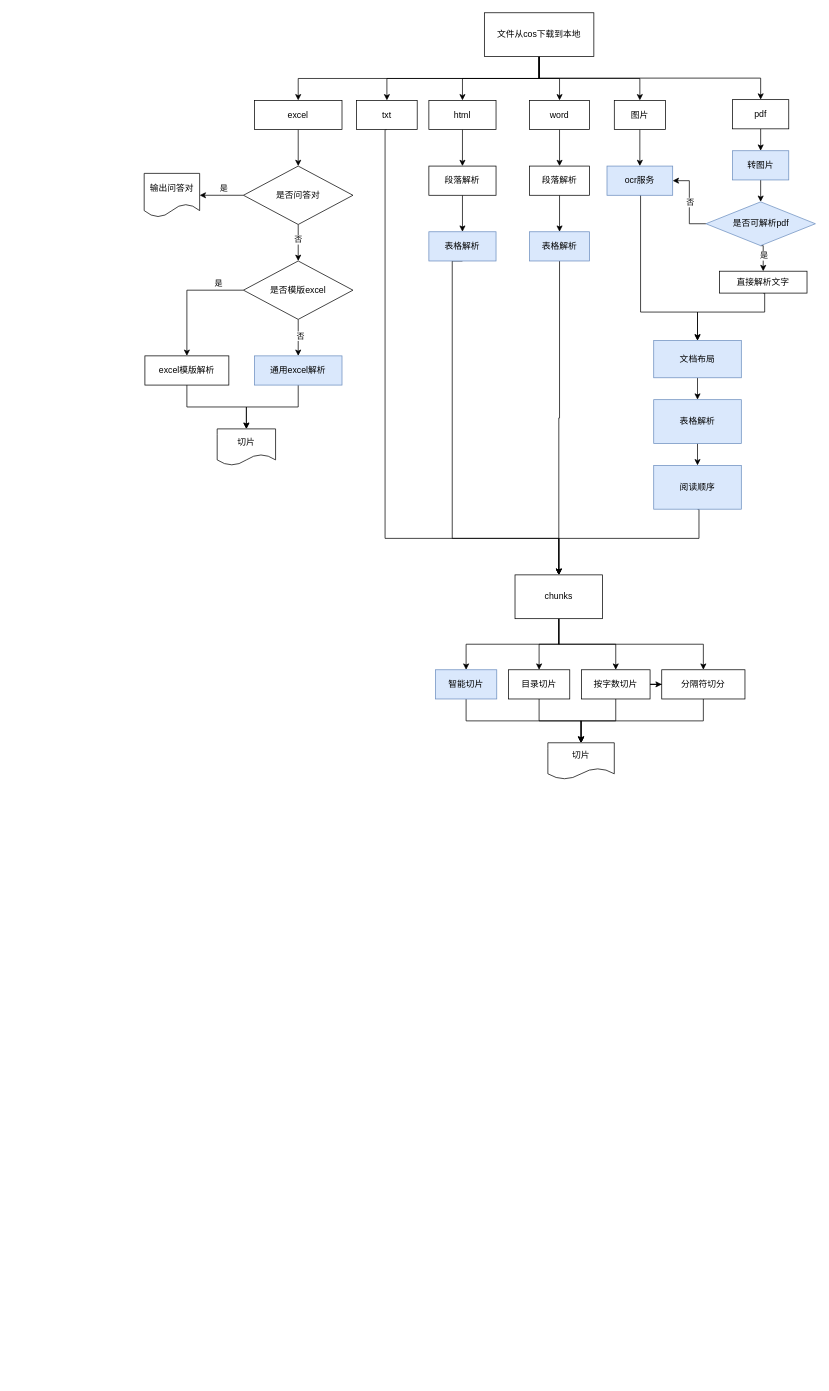
Above: 知识库二期文档处理切片流程.drawio in archwolf118/AI (draw.io), before the change. Source tidied: cells renumbered, new cells numbered last; positions are measured from the earlier drawing's top-left corner, leaving out a move shared by most shapes. Both pictures are drawn from the tidied source at 73%, with x=0, y=0 at pixel (144, 12).
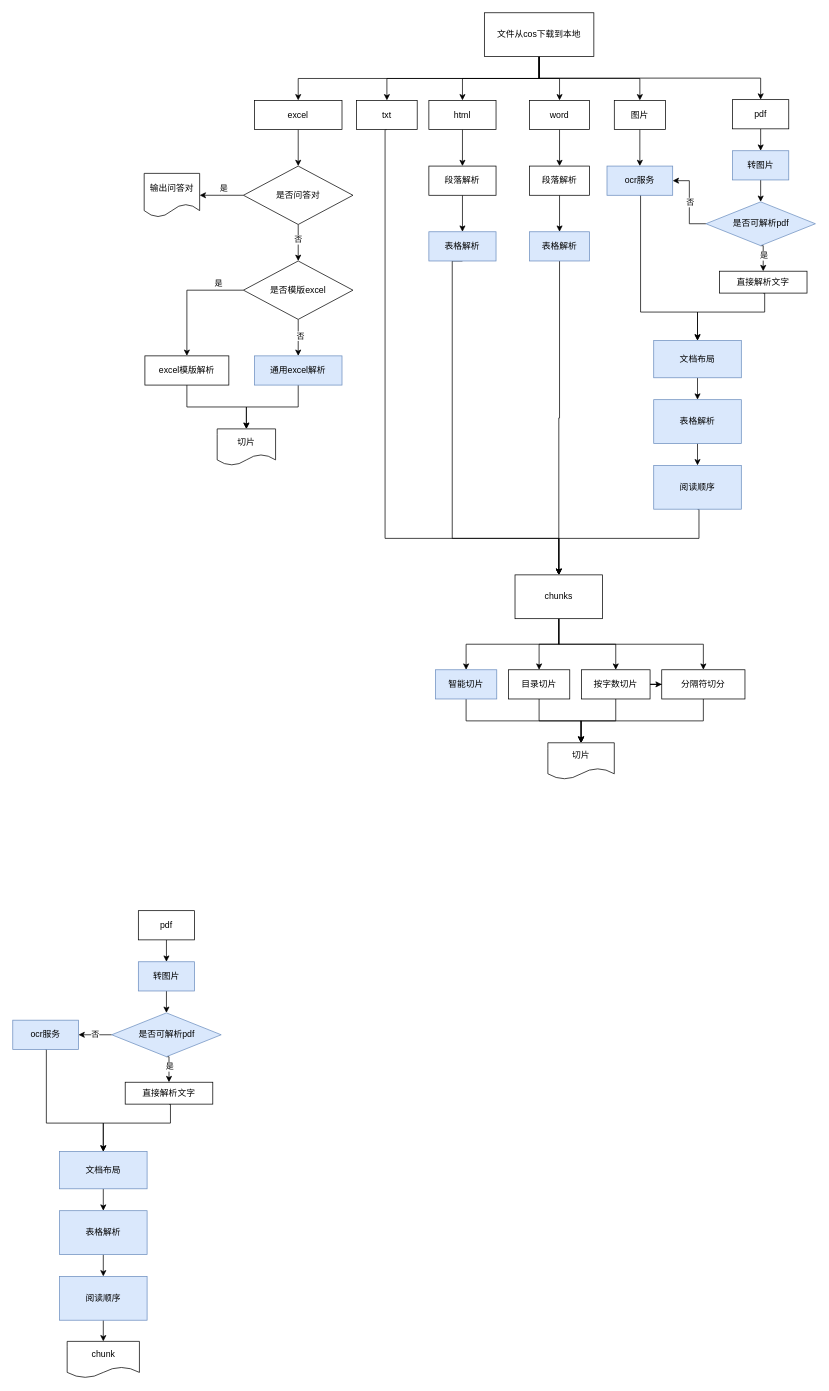
Above is the later version.

Commit message:
Update 知识库二期文档处理切片流程.drawio

What changed in the source:
```diff
@@
+    <mxCell id="77" style="edgeStyle=orthogonalEdgeStyle;rounded=0;jettySize=auto;html=1;exitX=0.5;exitY=1;exitDx=0;exitDy=0;entryX=0.5;entryY=0;entryDx=0;entryDy=0;" parent="1" edge="1" source="78" target="80">
+      <mxGeometry relative="1" as="geometry" />
+    </mxCell>
+    <mxCell id="78" value="pdf" style="rounded=0;whiteSpace=wrap;html=1;" parent="1" vertex="1">
+      <mxGeometry x="-8" y="1230" width="77" height="40" as="geometry" />
+    </mxCell>
+    <mxCell id="79" style="edgeStyle=orthogonalEdgeStyle;rounded=0;jettySize=auto;html=1;exitX=0.5;exitY=1;exitDx=0;exitDy=0;entryX=0.5;entryY=0;entryDx=0;entryDy=0;" parent="1" edge="1" source="80" target="93">
+      <mxGeometry relative="1" as="geometry" />
+    </mxCell>
+    <mxCell id="80" value="转图片" style="rounded=0;whiteSpace=wrap;html=1;fillColor=#dae8fc;strokeColor=#6c8ebf;" parent="1" vertex="1">
+      <mxGeometry x="-8" y="1300" width="77" height="40" as="geometry" />
+    </mxCell>
+    <mxCell id="81" style="edgeStyle=orthogonalEdgeStyle;rounded=0;jettySize=auto;html=1;exitX=0.5;exitY=1;exitDx=0;exitDy=0;entryX=0.5;entryY=0;entryDx=0;entryDy=0;" parent="1" edge="1" source="82" target="84">
+      <mxGeometry relative="1" as="geometry" />
+    </mxCell>
+    <mxCell id="82" value="文档布局" style="rounded=0;whiteSpace=wrap;html=1;fillColor=#dae8fc;strokeColor=#6c8ebf;" parent="1" vertex="1">
+      <mxGeometry x="-116" y="1560" width="120" height="51" as="geometry" />
+    </mxCell>
+    <mxCell id="83" style="edgeStyle=orthogonalEdgeStyle;rounded=0;jettySize=auto;html=1;exitX=0.5;exitY=1;exitDx=0;exitDy=0;entryX=0.5;entryY=0;entryDx=0;entryDy=0;" parent="1" edge="1" source="84" target="86">
+      <mxGeometry relative="1" as="geometry" />
+    </mxCell>
+    <mxCell id="84" value="表格解析" style="rounded=0;whiteSpace=wrap;html=1;fillColor=#dae8fc;strokeColor=#6c8ebf;" parent="1" vertex="1">
+      <mxGeometry x="-116" y="1641" width="120" height="60" as="geometry" />
+    </mxCell>
+    <mxCell id="85" style="edgeStyle=orthogonalEdgeStyle;rounded=0;jettySize=auto;html=1;exitX=0.5;exitY=1;exitDx=0;exitDy=0;" parent="1" edge="1" source="86">
+      <mxGeometry relative="1" as="geometry">
+        <mxPoint x="-56" y="1820" as="targetPoint" />
+      </mxGeometry>
+    </mxCell>
+    <mxCell id="86" value="阅读顺序" style="rounded=0;whiteSpace=wrap;html=1;fillColor=#dae8fc;strokeColor=#6c8ebf;" parent="1" vertex="1">
+      <mxGeometry x="-116" y="1731" width="120" height="60" as="geometry" />
+    </mxCell>
+    <mxCell id="87" style="edgeStyle=orthogonalEdgeStyle;rounded=0;jettySize=auto;html=1;exitX=0.5;exitY=1;exitDx=0;exitDy=0;entryX=0.5;entryY=0;entryDx=0;entryDy=0;" parent="1" edge="1" source="88" target="82">
+      <mxGeometry relative="1" as="geometry">
+        <Array as="points">
+          <mxPoint x="-134" y="1521" />
+          <mxPoint x="-56" y="1521" />
+        </Array>
+      </mxGeometry>
+    </mxCell>
+    <mxCell id="88" value="ocr服务" style="rounded=0;whiteSpace=wrap;html=1;fillColor=#dae8fc;strokeColor=#6c8ebf;" parent="1" vertex="1">
+      <mxGeometry x="-180" y="1380" width="90" height="40" as="geometry" />
+    </mxCell>
+    <mxCell id="89" style="edgeStyle=orthogonalEdgeStyle;rounded=0;jettySize=auto;html=1;exitX=0.5;exitY=1;exitDx=0;exitDy=0;entryX=0.5;entryY=0;entryDx=0;entryDy=0;" parent="1" edge="1" source="93" target="95">
+      <mxGeometry relative="1" as="geometry" />
+    </mxCell>
+    <mxCell id="90" value="是" style="edgeLabel;html=1;align=center;verticalAlign=middle;" parent="89" vertex="1">
+      <mxGeometry x="-0.1" relative="1" as="geometry" />
+    </mxCell>
+    <mxCell id="91" style="edgeStyle=orthogonalEdgeStyle;rounded=0;jettySize=auto;html=1;exitX=0;exitY=0.5;exitDx=0;exitDy=0;entryX=1;entryY=0.5;entryDx=0;entryDy=0;" parent="1" edge="1" source="93" target="88">
+      <mxGeometry relative="1" as="geometry" />
+    </mxCell>
+    <mxCell id="92" value="否" style="edgeLabel;html=1;align=center;verticalAlign=middle;" parent="91" vertex="1">
+      <mxGeometry y="-1" relative="1" as="geometry" />
+    </mxCell>
+    <mxCell id="93" value="是否可解析pdf" style="rhombus;whiteSpace=wrap;html=1;fillColor=#dae8fc;strokeColor=#6c8ebf;" parent="1" vertex="1">
+      <mxGeometry x="-44.5" y="1370" width="150" height="60" as="geometry" />
+    </mxCell>
+    <mxCell id="94" style="edgeStyle=orthogonalEdgeStyle;rounded=0;jettySize=auto;html=1;exitX=0.5;exitY=1;exitDx=0;exitDy=0;entryX=0.5;entryY=0;entryDx=0;entryDy=0;" parent="1" edge="1" source="95" target="82">
+      <mxGeometry relative="1" as="geometry">
+        <Array as="points">
+          <mxPoint x="36" y="1495" />
+          <mxPoint x="36" y="1521" />
+          <mxPoint x="-56" y="1521" />
+        </Array>
+      </mxGeometry>
+    </mxCell>
+    <mxCell id="95" value="直接解析文字" style="rounded=0;whiteSpace=wrap;html=1;" parent="1" vertex="1">
+      <mxGeometry x="-26" y="1465" width="120" height="30" as="geometry" />
+    </mxCell>
+    <mxCell id="96" value="chunk" style="shape=document;whiteSpace=wrap;html=1;boundedLbl=1;" parent="1" vertex="1">
+      <mxGeometry x="-105.5" y="1820" width="99" height="50" as="geometry" />
+    </mxCell>
```
